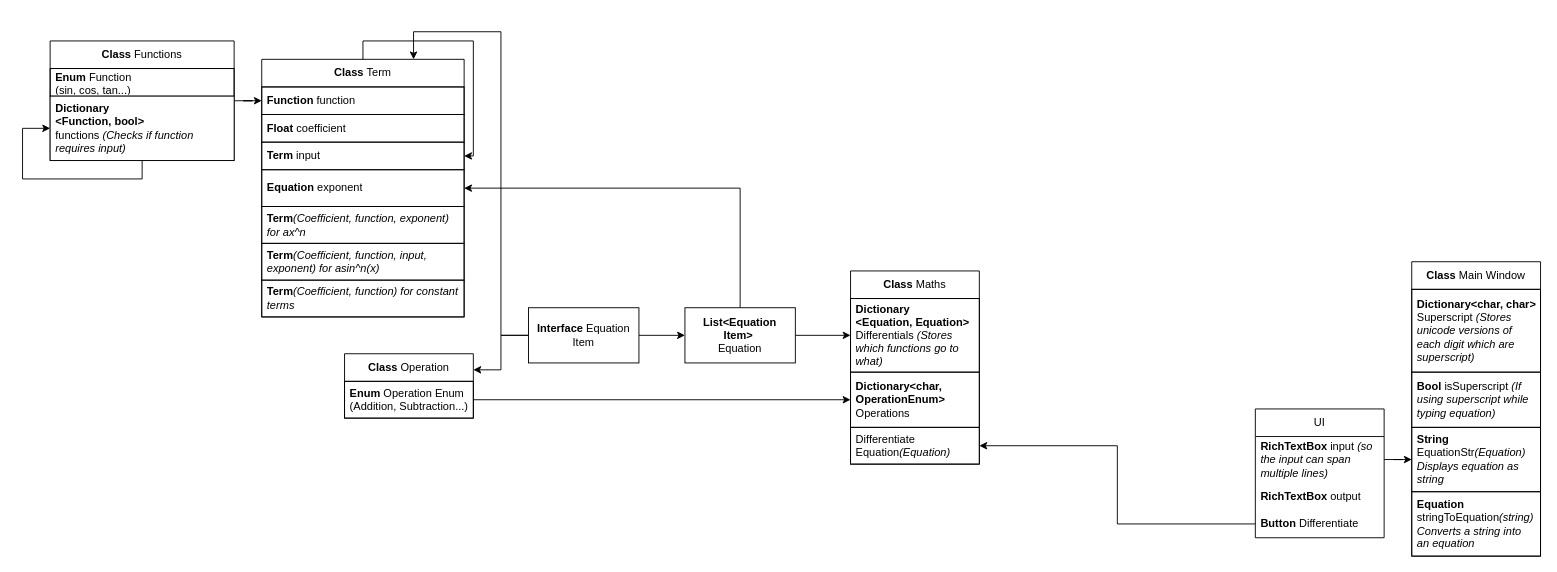
RandomPDF/Maths-solver keeps this draw.io diagram as Class diagram.drawio. Above is the earlier version. Source tidied: cells renumbered, new cells numbered last; positions are measured from the earlier drawing's top-left corner, leaving out a move shared by most shapes. Both pictures are drawn from the tidied source at 92%, with x=0, y=0 at pixel (22, 31).
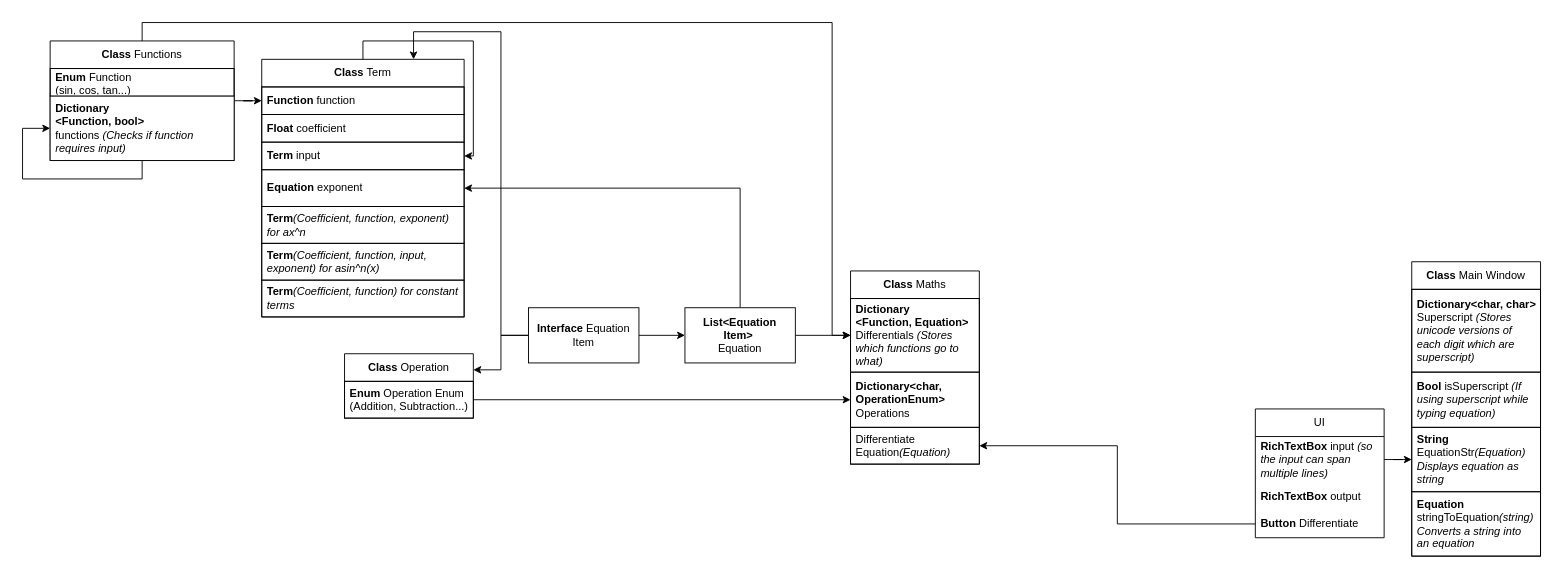
Above is the later version.

Commit message:
Updated dictionary key to be function

Unchanged cells that the change refers to:
```xml
<mxCell id="8" value="&lt;b&gt;Class &lt;/b&gt;Functions" style="swimlane;fontStyle=0;horizontal=1;startSize=30;whiteSpace=wrap;html=1;" parent="1" vertex="1">
  <mxGeometry x="30" y="10" width="200" height="130" as="geometry" />
</mxCell>
<mxCell id="21" value="&lt;b&gt;Class &lt;/b&gt;Maths" style="swimlane;fontStyle=0;horizontal=1;startSize=30;whiteSpace=wrap;html=1;strokeColor=default;fillColor=default;" parent="1" vertex="1">
  <mxGeometry x="900" y="260" width="140" height="210" as="geometry" />
</mxCell>
```

Change to the diagram source:
```diff
@@
+    <mxCell id="41" style="edgeStyle=orthogonalEdgeStyle;rounded=0;jettySize=auto;html=1;entryX=0;entryY=0.5;entryDx=0;entryDy=0;" parent="1" edge="1" source="8" target="22">
+      <mxGeometry relative="1" as="geometry">
+        <Array as="points">
+          <mxPoint x="130" y="-10" />
+          <mxPoint x="880" y="-10" />
+          <mxPoint x="880" y="330" />
+        </Array>
+      </mxGeometry>
+    </mxCell>
@@
-    <mxCell id="22" value="&lt;b&gt;Dictionary&lt;/b&gt;&lt;br&gt;&lt;b&gt;&amp;lt;Equation, Equation&amp;gt;&amp;nbsp;&lt;br&gt;&lt;/b&gt;Differentials &lt;i&gt;(Stores which functions go to what)&lt;/i&gt;" style="text;strokeColor=default;fillColor=none;align=left;verticalAlign=middle;spacingLeft=4;spacingRight=4;overflow=hidden;points=[[0,0.5],[1,0.5]];portConstraint=eastwest;whiteSpace=wrap;html=1;" parent="21" vertex="1">
+    <mxCell id="22" value="&lt;b&gt;Dictionary&lt;/b&gt;&lt;br&gt;&lt;b&gt;&amp;lt;Function, Equation&amp;gt;&amp;nbsp;&lt;br&gt;&lt;/b&gt;Differentials &lt;i&gt;(Stores which functions go to what)&lt;/i&gt;" style="text;strokeColor=default;fillColor=none;align=left;verticalAlign=middle;spacingLeft=4;spacingRight=4;overflow=hidden;points=[[0,0.5],[1,0.5]];portConstraint=eastwest;whiteSpace=wrap;html=1;" parent="21" vertex="1">
       <mxGeometry y="30" width="140" height="80" as="geometry" />
     </mxCell>
```
